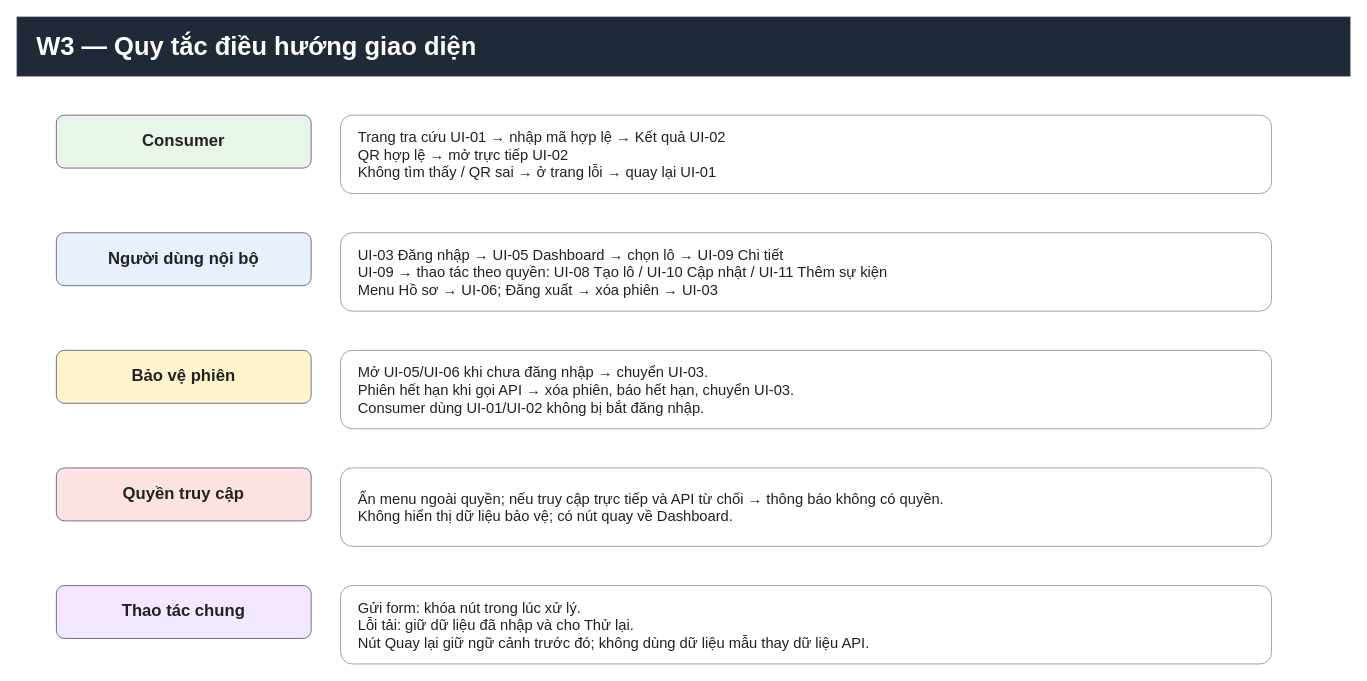
Before: page "05 - Quy tắc điều hướng W3" (5 of 9) of docs/wireframes/W3-Hoai-Bao-wireframes.drawio in hbao06/food-supply-chain-traceability-portal, a draw.io diagram. Source tidied: cells renumbered, new cells numbered last; positions are measured from the earlier drawing's top-left corner, leaving out a move shared by most shapes. Both pictures are drawn from the tidied source at 98%, with x=0, y=0 at pixel (17, 17).
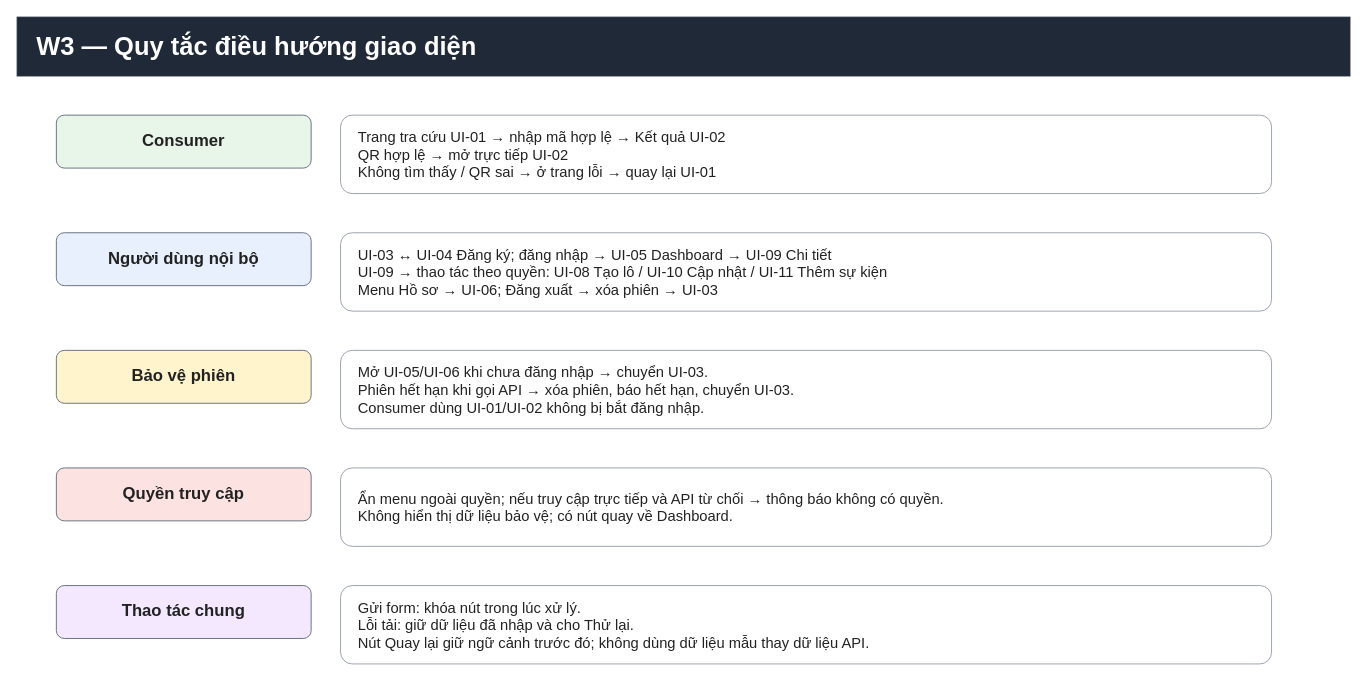
Above is the later version.

Commit message (it also covers changes not shown here):
Sửa và nâng cấp code theo nhận xét của Bình

Diff of the diagram source:
```diff
@@
 <mxGraphModel>
   <root>
     <mxCell id="0" />
     <mxCell id="1" parent="0" />
     <mxCell id="2" value="W3 — Quy tắc điều hướng giao diện" style="rounded=0;whiteSpace=wrap;html=0;fontFamily=Arial;fontSize=26;align=left;verticalAlign=middle;spacingLeft=18;fillColor=#1f2937;strokeColor=#1f2937;fontColor=#ffffff;fontStyle=1;" parent="1" vertex="1">
       <mxGeometry width="1360" height="60" as="geometry" />
     </mxCell>
     <mxCell id="3" value="Consumer" style="rounded=1;whiteSpace=wrap;html=0;fontFamily=Arial;fontSize=17;align=center;verticalAlign=middle;fillColor=#e8f5e9;strokeColor=#6b7280;fontColor=#222222;fontStyle=1;" parent="1" vertex="1">
       <mxGeometry x="40" y="100" width="260" height="54" as="geometry" />
     </mxCell>
     <mxCell id="4" value="Trang tra cứu UI-01 → nhập mã hợp lệ → Kết quả UI-02&#10;QR hợp lệ → mở trực tiếp UI-02&#10;Không tìm thấy / QR sai → ở trang lỗi → quay lại UI-01" style="rounded=1;whiteSpace=wrap;html=0;fontFamily=Arial;fontSize=15;align=left;verticalAlign=middle;spacingLeft=16;spacingRight=12;fillColor=#ffffff;strokeColor=#9ca3af;fontColor=#222222;" parent="1" vertex="1">
       <mxGeometry x="330" y="100" width="950" height="80" as="geometry" />
     </mxCell>
     <mxCell id="5" value="Người dùng nội bộ" style="rounded=1;whiteSpace=wrap;html=0;fontFamily=Arial;fontSize=17;align=center;verticalAlign=middle;fillColor=#e8f0fe;strokeColor=#6b7280;fontColor=#222222;fontStyle=1;" parent="1" vertex="1">
       <mxGeometry x="40" y="220" width="260" height="54" as="geometry" />
     </mxCell>
-    <mxCell id="6" value="UI-03 Đăng nhập → UI-05 Dashboard → chọn lô → UI-09 Chi tiết&#10;UI-09 → thao tác theo quyền: UI-08 Tạo lô / UI-10 Cập nhật / UI-11 Thêm sự kiện&#10;Menu Hồ sơ → UI-06; Đăng xuất → xóa phiên → UI-03" style="rounded=1;whiteSpace=wrap;html=0;fontFamily=Arial;fontSize=15;align=left;verticalAlign=middle;spacingLeft=16;spacingRight=12;fillColor=#ffffff;strokeColor=#9ca3af;fontColor=#222222;" parent="1" vertex="1">
+    <mxCell id="6" value="UI-03 ↔ UI-04 Đăng ký; đăng nhập → UI-05 Dashboard → UI-09 Chi tiết&#10;UI-09 → thao tác theo quyền: UI-08 Tạo lô / UI-10 Cập nhật / UI-11 Thêm sự kiện&#10;Menu Hồ sơ → UI-06; Đăng xuất → xóa phiên → UI-03" style="rounded=1;whiteSpace=wrap;html=0;fontFamily=Arial;fontSize=15;align=left;verticalAlign=middle;spacingLeft=16;spacingRight=12;fillColor=#ffffff;strokeColor=#9ca3af;fontColor=#222222;" parent="1" vertex="1">
       <mxGeometry x="330" y="220" width="950" height="80" as="geometry" />
     </mxCell>
     <mxCell id="7" value="Bảo vệ phiên" style="rounded=1;whiteSpace=wrap;html=0;fontFamily=Arial;fontSize=17;align=center;verticalAlign=middle;fillColor=#fff4cc;strokeColor=#6b7280;fontColor=#222222;fontStyle=1;" parent="1" vertex="1">
       <mxGeometry x="40" y="340" width="260" height="54" as="geometry" />
     </mxCell>
     <mxCell id="8" value="Mở UI-05/UI-06 khi chưa đăng nhập → chuyển UI-03.&#10;Phiên hết hạn khi gọi API → xóa phiên, báo hết hạn, chuyển UI-03.&#10;Consumer dùng UI-01/UI-02 không bị bắt đăng nhập." style="rounded=1;whiteSpace=wrap;html=0;fontFamily=Arial;fontSize=15;align=left;verticalAlign=middle;spacingLeft=16;spacingRight=12;fillColor=#ffffff;strokeColor=#9ca3af;fontColor=#222222;" parent="1" vertex="1">
       <mxGeometry x="330" y="340" width="950" height="80" as="geometry" />
     </mxCell>
     <mxCell id="9" value="Quyền truy cập" style="rounded=1;whiteSpace=wrap;html=0;fontFamily=Arial;fontSize=17;align=center;verticalAlign=middle;fillColor=#fde2e2;strokeColor=#6b7280;fontColor=#222222;fontStyle=1;" parent="1" vertex="1">
       <mxGeometry x="40" y="460" width="260" height="54" as="geometry" />
     </mxCell>
     <mxCell id="10" value="Ẩn menu ngoài quyền; nếu truy cập trực tiếp và API từ chối → thông báo không có quyền.&#10;Không hiển thị dữ liệu bảo vệ; có nút quay về Dashboard." style="rounded=1;whiteSpace=wrap;html=0;fontFamily=Arial;fontSize=15;align=left;verticalAlign=middle;spacingLeft=16;spacingRight=12;fillColor=#ffffff;strokeColor=#9ca3af;fontColor=#222222;" parent="1" vertex="1">
       <mxGeometry x="330" y="460" width="950" height="80" as="geometry" />
     </mxCell>
     <mxCell id="11" value="Thao tác chung" style="rounded=1;whiteSpace=wrap;html=0;fontFamily=Arial;fontSize=17;align=center;verticalAlign=middle;fillColor=#f3e8ff;strokeColor=#6b7280;fontColor=#222222;fontStyle=1;" parent="1" vertex="1">
       <mxGeometry x="40" y="580" width="260" height="54" as="geometry" />
     </mxCell>
     <mxCell id="12" value="Gửi form: khóa nút trong lúc xử lý.&#10;Lỗi tải: giữ dữ liệu đã nhập và cho Thử lại.&#10;Nút Quay lại giữ ngữ cảnh trước đó; không dùng dữ liệu mẫu thay dữ liệu API." style="rounded=1;whiteSpace=wrap;html=0;fontFamily=Arial;fontSize=15;align=left;verticalAlign=middle;spacingLeft=16;spacingRight=12;fillColor=#ffffff;strokeColor=#9ca3af;fontColor=#222222;" parent="1" vertex="1">
       <mxGeometry x="330" y="580" width="950" height="80" as="geometry" />
     </mxCell>
   </root>
 </mxGraphModel>
```
